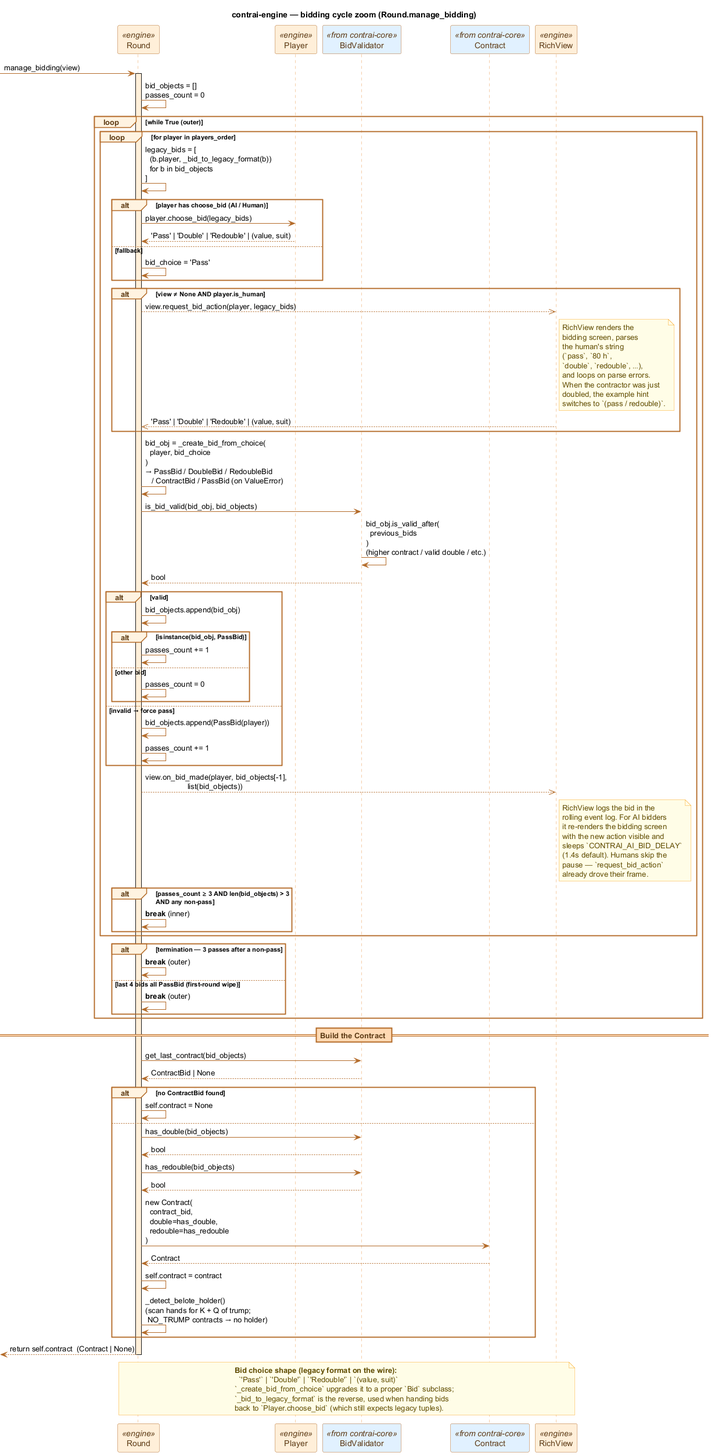
The PlantUML diagram docs/diagrams/seq_bidding.png in valmathieu/ContrAI, before a commit.
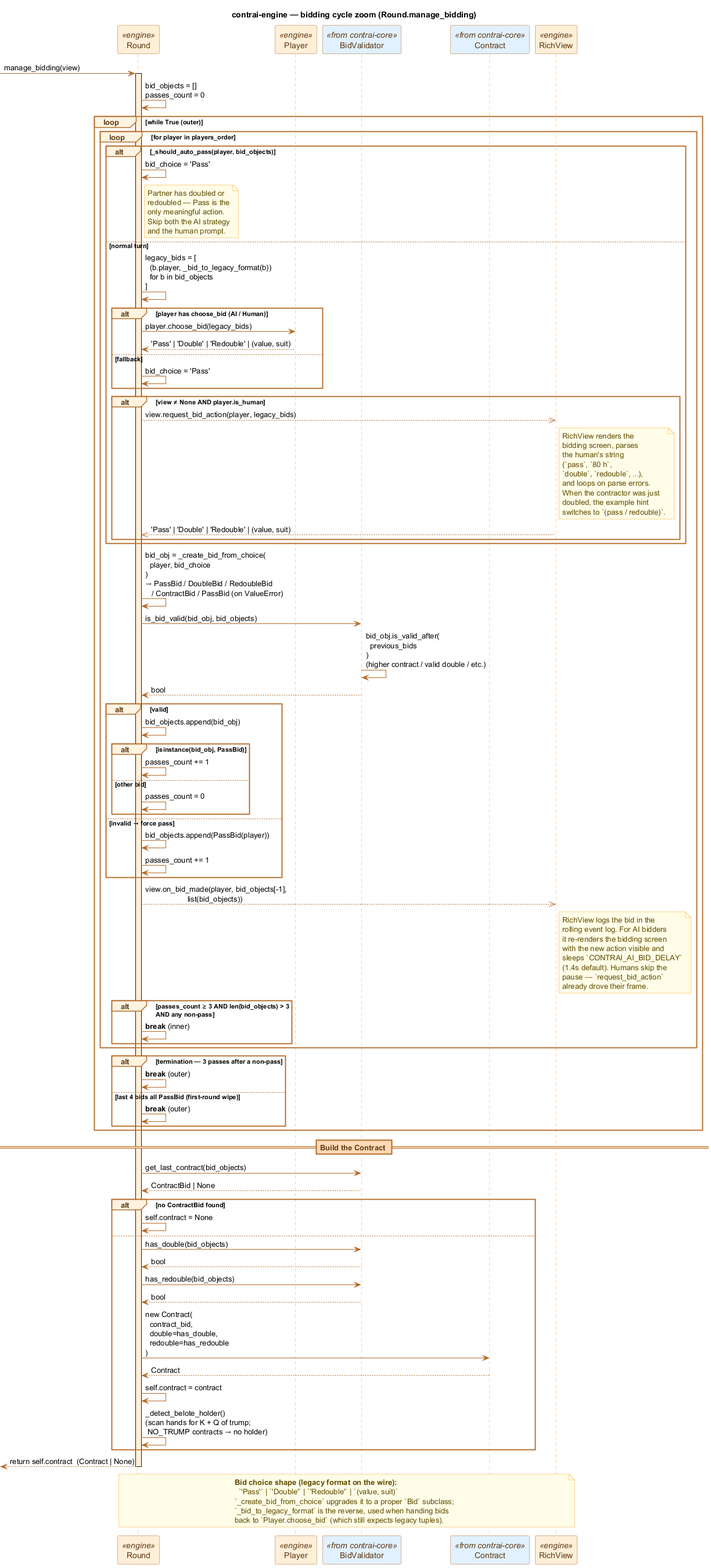
After the commit.

Commit message:
feat(engine): auto-pass when partner has doubled or redoubled

What changed in the source:
```diff
@@ -42,29 +42,40 @@
 
     loop **for player in players_order**
 
-        R -> R : legacy_bids = [\n  (b.player, _bid_to_legacy_format(b))\n  for b in bid_objects\n]
+        alt _should_auto_pass(player, bid_objects)
+            R -> R : bid_choice = 'Pass'
+            note right of R
+              Partner has doubled or
+              redoubled — Pass is the
+              only meaningful action.
+              Skip both the AI strategy
+              and the human prompt.
+            end note
+        else normal turn
+            R -> R : legacy_bids = [\n  (b.player, _bid_to_legacy_format(b))\n  for b in bid_objects\n]
 
-        alt player has choose_bid (AI / Human)
-            R -> P : player.choose_bid(legacy_bids)
-            P --> R : 'Pass' | 'Double' | 'Redouble' | (value, suit)
-        else fallback
-            R -> R : bid_choice = 'Pass'
-        end
+            alt player has choose_bid (AI / Human)
+                R -> P : player.choose_bid(legacy_bids)
+                P --> R : 'Pass' | 'Double' | 'Redouble' | (value, suit)
+            else fallback
+                R -> R : bid_choice = 'Pass'
+            end
 
-        alt view ≠ None AND player.is_human
-            R -->> V : view.request_bid_action(player, legacy_bids)
-            note right of V
-              RichView renders the
-              bidding screen, parses
-              the human's string
-              (`pass`, `80 h`,
-              `double`, `redouble`, …),
-              and loops on parse errors.
-              When the contractor was just
-              doubled, the example hint
-              switches to `(pass / redouble)`.
-            end note
-            V -->> R : 'Pass' | 'Double' | 'Redouble' | (value, suit)
+            alt view ≠ None AND player.is_human
+                R -->> V : view.request_bid_action(player, legacy_bids)
+                note right of V
+                  RichView renders the
+                  bidding screen, parses
+                  the human's string
+                  (`pass`, `80 h`,
+                  `double`, `redouble`, …),
+                  and loops on parse errors.
+                  When the contractor was just
+                  doubled, the example hint
+                  switches to `(pass / redouble)`.
+                end note
+                V -->> R : 'Pass' | 'Double' | 'Redouble' | (value, suit)
+            end
         end
 
         R -> R : bid_obj = _create_bid_from_choice(\n  player, bid_choice\n)\n→ PassBid / DoubleBid / RedoubleBid\n   / ContractBid / PassBid (on ValueError)
```
